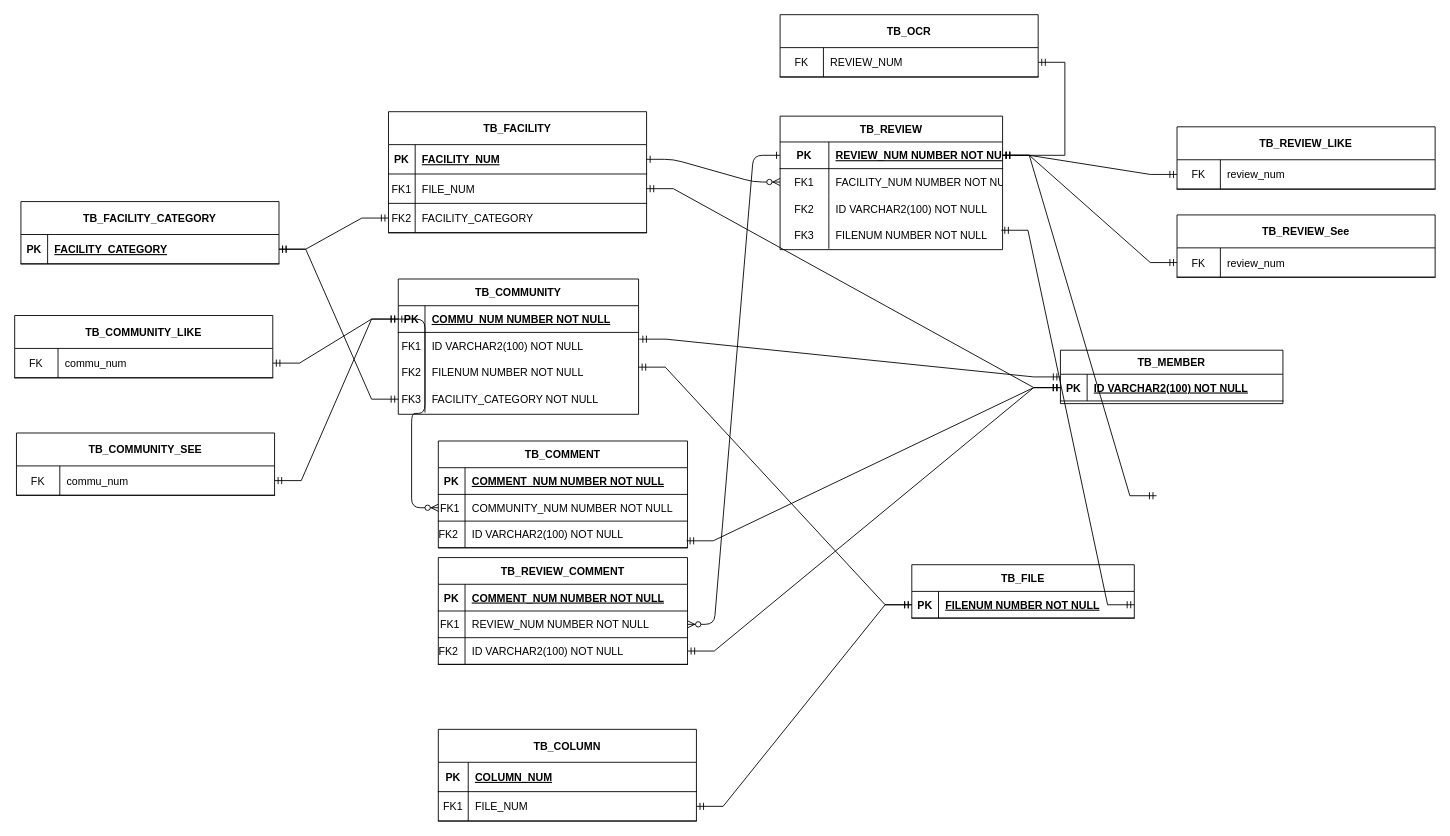
Earlier version of the draw.io diagram document/제목 없는 다이어그램.drawio (rimgosu/ProjectStudy). Source tidied: cells renumbered, new cells numbered last; positions are measured from the earlier drawing's top-left corner, leaving out a move shared by most shapes. Both pictures are drawn from the tidied source at 89%, with x=0, y=0 at pixel (14, 14).
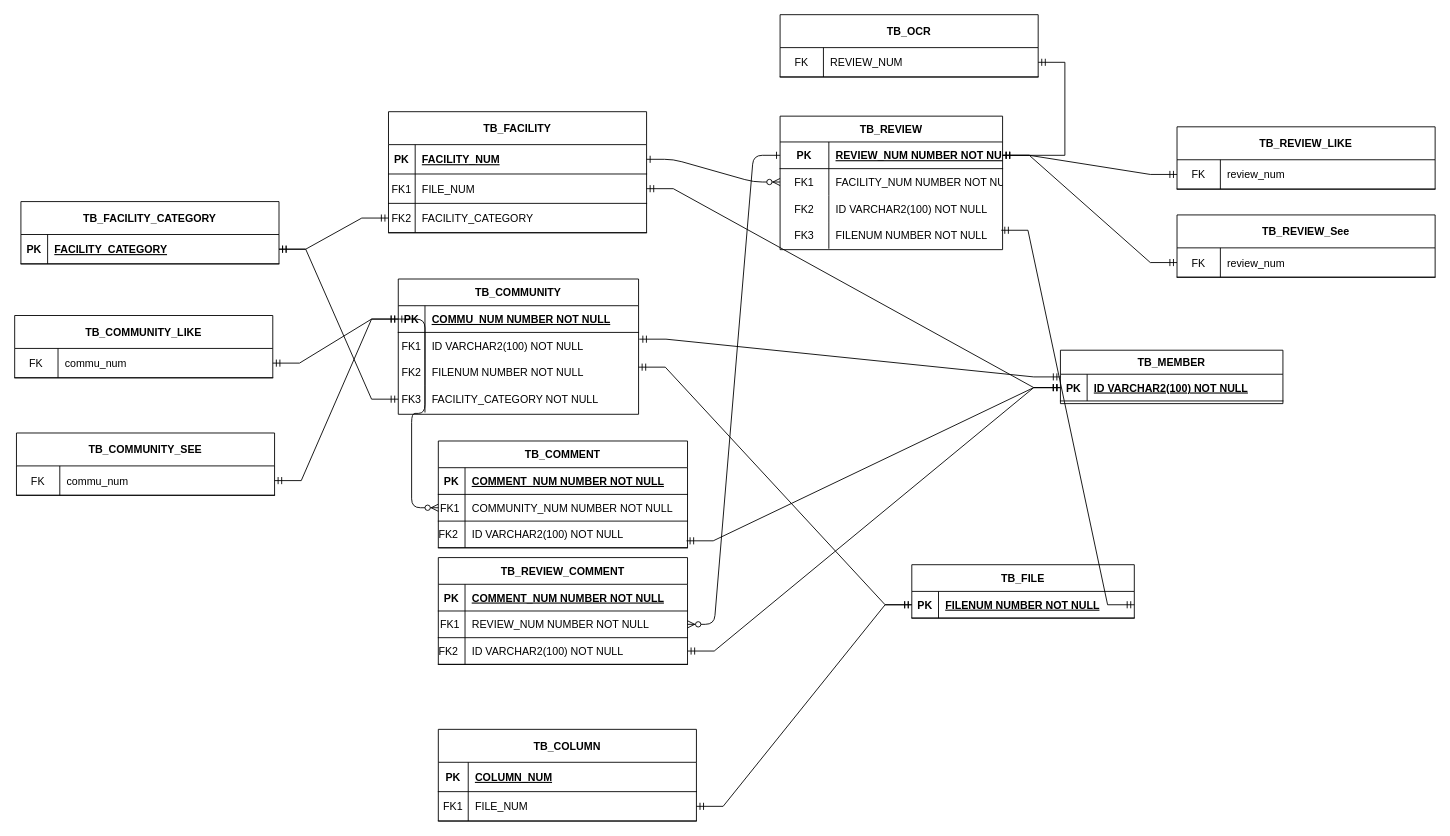
After the change.

Commit message:
제목 없는 다이어그램.drawio 업데이트

The change refers to these unchanged cells:
```xml
<mxCell id="4" style="shape=partialRectangle;fillColor=none;points=[[0,0.5],[1,0.5]];portConstraint=eastwest;top=0;left=0;right=0;bottom=1;" parent="3" vertex="1">
  <mxGeometry y="29" width="250" height="30" as="geometry" />
</mxCell>
```

Change to the diagram source:
```diff
@@
-    <mxCell id="109" style="edgeStyle=entityRelationEdgeStyle;fontSize=12;html=1;endArrow=ERmandOne;startArrow=ERmandOne;rounded=0;entryX=0;entryY=0.5;entryDx=0;entryDy=0;" parent="1" edge="1" source="4">
-      <mxGeometry relative="1" as="geometry">
-        <mxPoint x="1283" y="540.5" as="targetPoint" />
-        <Array as="points">
-          <mxPoint x="2068" y="89" />
-          <mxPoint x="1365" y="187" />
-        </Array>
-      </mxGeometry>
-    </mxCell>
```
